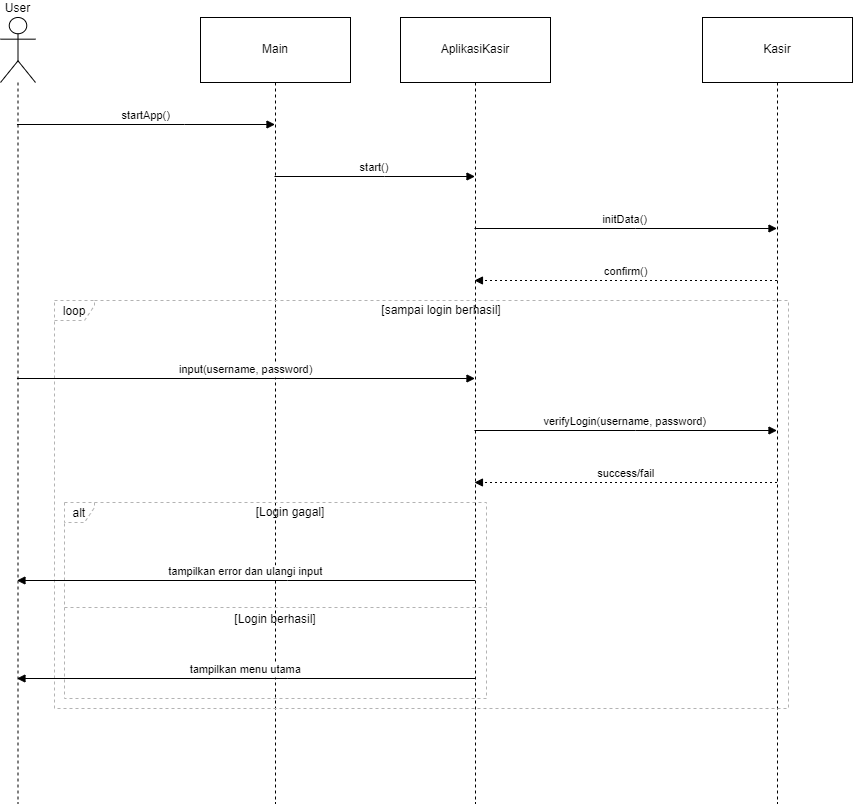
Above: gambar/SequenceDiagramLogin.drawio.png in siskaoktaviani24-alt/2403004_UTS_PBO (draw.io), before the change. Source tidied: cells renumbered, new cells last; positions are measured from the earlier drawing's top-left corner, leaving out a move shared by most shapes.
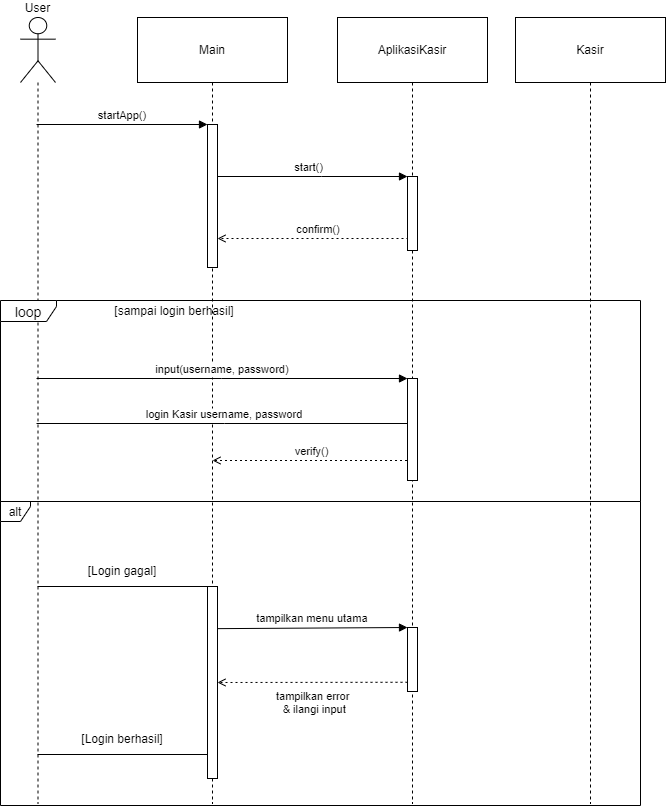
Above is the later version.

What changed in the source:
```diff
@@ -3,7 +3,7 @@
     <mxCell id="0" />
     <mxCell id="1" parent="0" />
     <mxCell id="2" value="User" style="shape=umlLifeline;perimeter=lifelinePerimeter;whiteSpace=wrap;outlineConnect=0;portConstraint=eastwest;newEdgeStyle={&quot;edgeStyle&quot;:&quot;elbowEdgeStyle&quot;,&quot;elbow&quot;:&quot;vertical&quot;,&quot;curved&quot;:0,&quot;rounded&quot;:0};participant=umlActor;verticalAlign=bottom;labelPosition=center;verticalLabelPosition=top;align=center;size=65;" parent="1" vertex="1">
-      <mxGeometry width="35" height="786" as="geometry" />
+      <mxGeometry x="83" width="35" height="786" as="geometry" />
     </mxCell>
     <mxCell id="3" value="Main" style="shape=umlLifeline;perimeter=lifelinePerimeter;whiteSpace=wrap;outlineConnect=0;portConstraint=eastwest;newEdgeStyle={&quot;edgeStyle&quot;:&quot;elbowEdgeStyle&quot;,&quot;elbow&quot;:&quot;vertical&quot;,&quot;curved&quot;:0,&quot;rounded&quot;:0};size=65;" parent="1" vertex="1">
       <mxGeometry x="200" width="150" height="786" as="geometry" />
@@ -12,85 +12,105 @@
       <mxGeometry x="400" width="150" height="786" as="geometry" />
     </mxCell>
     <mxCell id="5" value="Kasir" style="shape=umlLifeline;perimeter=lifelinePerimeter;whiteSpace=wrap;outlineConnect=0;portConstraint=eastwest;newEdgeStyle={&quot;edgeStyle&quot;:&quot;elbowEdgeStyle&quot;,&quot;elbow&quot;:&quot;vertical&quot;,&quot;curved&quot;:0,&quot;rounded&quot;:0};size=65;" parent="1" vertex="1">
-      <mxGeometry x="702" width="150" height="786" as="geometry" />
+      <mxGeometry x="578" width="150" height="786" as="geometry" />
     </mxCell>
-    <mxCell id="6" value="alt" style="shape=umlFrame;dashed=1;strokeColor=#B3B3B3;height=20;width=30;" parent="1" vertex="1">
-      <mxGeometry x="64" y="485" width="422" height="196" as="geometry" />
+    <mxCell id="6" value="alt" style="shape=umlFrame;strokeColor=light-dark(#000000, #535353);height=20;width=30;" parent="1" vertex="1">
+      <mxGeometry x="63" y="484" width="640" height="304" as="geometry" />
     </mxCell>
     <mxCell id="7" value="[Login gagal]" style="text;strokeColor=none;fillColor=none;align=center;verticalAlign=middle;whiteSpace=wrap;" parent="6" vertex="1">
-      <mxGeometry x="30" width="392" height="20" as="geometry" />
+      <mxGeometry x="72" y="54" width="100" height="31" as="geometry" />
     </mxCell>
-    <mxCell id="8" value="[Login berhasil]" style="shape=line;dashed=1;whiteSpace=wrap;verticalAlign=top;labelPosition=center;verticalLabelPosition=middle;align=center;strokeColor=#B3B3B3;" parent="6" vertex="1">
-      <mxGeometry y="103" width="422" height="4" as="geometry" />
+    <mxCell id="8" value="[Login berhasil]" style="text;strokeColor=none;fillColor=none;align=center;verticalAlign=middle;whiteSpace=wrap;" parent="6" vertex="1">
+      <mxGeometry x="72" y="222" width="100" height="31" as="geometry" />
     </mxCell>
-    <mxCell id="9" value="loop" style="shape=umlFrame;dashed=1;strokeColor=#B3B3B3;height=20;width=40;" parent="1" vertex="1">
-      <mxGeometry x="54" y="283" width="734" height="408" as="geometry" />
+    <mxCell id="9" value="loop" style="shape=umlFrame;strokeColor=light-dark(#000000, #535353);height=21;width=56;fontSize=14;" parent="1" vertex="1">
+      <mxGeometry x="63" y="283" width="640" height="201" as="geometry" />
     </mxCell>
     <mxCell id="10" value="[sampai login berhasil]" style="text;strokeColor=none;fillColor=none;align=center;verticalAlign=middle;whiteSpace=wrap;" parent="9" vertex="1">
-      <mxGeometry x="40" width="694" height="20" as="geometry" />
+      <mxGeometry x="106" y="6" width="135.5" height="9.8" as="geometry" />
     </mxCell>
-    <mxCell id="11" value="startApp()" style="verticalAlign=bottom;edgeStyle=elbowEdgeStyle;elbow=vertical;curved=0;rounded=0;endArrow=block;" parent="1" edge="1" source="2" target="3">
+    <mxCell id="11" value="startApp()" style="verticalAlign=bottom;edgeStyle=elbowEdgeStyle;elbow=vertical;curved=0;rounded=0;endArrow=block;entryX=0;entryY=1;entryDx=0;entryDy=0;" parent="1" edge="1" source="2" target="20">
       <mxGeometry relative="1" as="geometry">
         <Array as="points">
           <mxPoint x="184" y="107" />
         </Array>
       </mxGeometry>
     </mxCell>
-    <mxCell id="12" value="start()" style="verticalAlign=bottom;edgeStyle=elbowEdgeStyle;elbow=vertical;curved=0;rounded=0;endArrow=block;" parent="1" edge="1" source="3" target="4">
+    <mxCell id="12" value="start()" style="verticalAlign=bottom;edgeStyle=elbowEdgeStyle;elbow=vertical;curved=0;rounded=0;endArrow=block;entryX=0;entryY=1;entryDx=0;entryDy=0;" parent="1" edge="1" source="3" target="21">
       <mxGeometry relative="1" as="geometry">
         <Array as="points">
           <mxPoint x="384" y="159" />
         </Array>
       </mxGeometry>
     </mxCell>
-    <mxCell id="13" value="initData()" style="verticalAlign=bottom;edgeStyle=elbowEdgeStyle;elbow=vertical;curved=0;rounded=0;endArrow=block;" parent="1" edge="1" source="4" target="5">
-      <mxGeometry relative="1" as="geometry">
-        <Array as="points">
-          <mxPoint x="635" y="211" />
-        </Array>
-      </mxGeometry>
-    </mxCell>
-    <mxCell id="14" value="confirm()" style="verticalAlign=bottom;edgeStyle=elbowEdgeStyle;elbow=vertical;curved=0;rounded=0;dashed=1;dashPattern=2 3;endArrow=block;" parent="1" edge="1" source="5" target="4">
+    <mxCell id="14" value="confirm()" style="verticalAlign=bottom;edgeStyle=elbowEdgeStyle;elbow=vertical;curved=0;rounded=0;dashed=1;dashPattern=2 3;endArrow=open;endFill=0;" parent="1" edge="1" target="20">
       <mxGeometry relative="1" as="geometry">
+        <mxPoint x="478" y="224" as="sourcePoint" />
         <Array as="points">
-          <mxPoint x="638" y="263" />
+          <mxPoint x="438.9" y="221" />
         </Array>
       </mxGeometry>
     </mxCell>
-    <mxCell id="15" value="input(username, password)" style="verticalAlign=bottom;edgeStyle=elbowEdgeStyle;elbow=vertical;curved=0;rounded=0;endArrow=block;" parent="1" edge="1" source="2" target="4">
+    <mxCell id="15" value="input(username, password)" style="verticalAlign=bottom;edgeStyle=elbowEdgeStyle;elbow=vertical;curved=0;rounded=0;endArrow=block;entryX=0;entryY=1;entryDx=0;entryDy=0;" parent="1" edge="1" source="2" target="24">
       <mxGeometry relative="1" as="geometry">
         <Array as="points">
           <mxPoint x="284" y="361" />
         </Array>
       </mxGeometry>
     </mxCell>
-    <mxCell id="16" value="verifyLogin(username, password)" style="verticalAlign=bottom;edgeStyle=elbowEdgeStyle;elbow=vertical;curved=0;rounded=0;endArrow=block;" parent="1" edge="1" source="4" target="5">
-      <mxGeometry relative="1" as="geometry">
-        <Array as="points">
-          <mxPoint x="635" y="413" />
-        </Array>
-      </mxGeometry>
-    </mxCell>
-    <mxCell id="17" value="success/fail" style="verticalAlign=bottom;edgeStyle=elbowEdgeStyle;elbow=vertical;curved=0;rounded=0;dashed=1;dashPattern=2 3;endArrow=block;" parent="1" edge="1" source="5" target="4">
-      <mxGeometry relative="1" as="geometry">
-        <Array as="points">
-          <mxPoint x="638" y="465" />
-        </Array>
-      </mxGeometry>
-    </mxCell>
-    <mxCell id="18" value="tampilkan error dan ulangi input" style="verticalAlign=bottom;edgeStyle=elbowEdgeStyle;elbow=vertical;curved=0;rounded=0;endArrow=block;" parent="1" edge="1" source="4" target="2">
-      <mxGeometry relative="1" as="geometry">
-        <Array as="points">
-          <mxPoint x="287" y="563" />
-        </Array>
-      </mxGeometry>
-    </mxCell>
+    <mxCell id="20" style="rounded=0;whiteSpace=wrap;html=1;direction=south;" parent="1" vertex="1">
+      <mxGeometry x="270" y="107" width="10" height="143" as="geometry" />
+    </mxCell>
+    <mxCell id="21" style="rounded=0;whiteSpace=wrap;html=1;direction=south;" parent="1" vertex="1">
+      <mxGeometry x="470" y="159" width="10" height="74" as="geometry" />
+    </mxCell>
+    <mxCell id="22" value="login Kasir username, password" style="verticalAlign=bottom;edgeStyle=elbowEdgeStyle;elbow=horizontal;curved=0;rounded=0;endArrow=none;startFill=0;" parent="1" edge="1" source="2" target="4">
+      <mxGeometry relative="1" as="geometry">
+        <Array as="points">
+          <mxPoint x="287" y="406" />
+        </Array>
+      </mxGeometry>
+    </mxCell>
+    <mxCell id="23" value="verify()" style="verticalAlign=bottom;edgeStyle=elbowEdgeStyle;elbow=vertical;curved=0;rounded=0;dashed=1;dashPattern=2 3;endArrow=open;endFill=0;" parent="1" edge="1" source="4">
+      <mxGeometry relative="1" as="geometry">
+        <mxPoint x="275" y="443" as="targetPoint" />
+        <Array as="points">
+          <mxPoint x="429.9" y="443" />
+        </Array>
+      </mxGeometry>
+    </mxCell>
+    <mxCell id="24" style="rounded=0;whiteSpace=wrap;html=1;direction=south;" parent="1" vertex="1">
+      <mxGeometry x="470" y="361" width="10" height="102" as="geometry" />
+    </mxCell>
+    <mxCell id="25" style="endArrow=none;html=1;rounded=0;exitX=0;exitY=1;exitDx=0;exitDy=0;" parent="1" edge="1" source="27">
+      <mxGeometry relative="1" as="geometry">
+        <mxPoint x="100" y="569" as="targetPoint" />
+      </mxGeometry>
+    </mxCell>
+    <mxCell id="26" style="endArrow=none;html=1;rounded=0;exitX=0.875;exitY=0.998;exitDx=0;exitDy=0;exitPerimeter=0;" parent="1" edge="1" source="27">
+      <mxGeometry relative="1" as="geometry">
+        <mxPoint x="100" y="737" as="targetPoint" />
+      </mxGeometry>
+    </mxCell>
+    <mxCell id="27" style="rounded=0;whiteSpace=wrap;html=1;direction=south;" parent="1" vertex="1">
+      <mxGeometry x="270" y="569" width="10" height="192" as="geometry" />
+    </mxCell>
-    <mxCell id="19" value="tampilkan menu utama" style="verticalAlign=bottom;edgeStyle=elbowEdgeStyle;elbow=vertical;curved=0;rounded=0;endArrow=block;" parent="1" edge="1" source="4" target="2">
+    <mxCell id="19" value="tampilkan menu utama" style="verticalAlign=bottom;edgeStyle=elbowEdgeStyle;elbow=vertical;curved=0;rounded=0;endArrow=block;entryX=0;entryY=1;entryDx=0;entryDy=0;" parent="1" edge="1" target="29">
       <mxGeometry relative="1" as="geometry">
-        <Array as="points">
-          <mxPoint x="287" y="661" />
-        </Array>
+        <mxPoint x="280" y="611.1" as="sourcePoint" />
       </mxGeometry>
     </mxCell>
+    <mxCell id="28" value="tampilkan error &#10;&amp; ilangi input" style="verticalAlign=bottom;edgeStyle=elbowEdgeStyle;elbow=vertical;curved=0;rounded=0;dashed=1;dashPattern=2 3;endArrow=open;endFill=0;exitX=0.856;exitY=1;exitDx=0;exitDy=0;exitPerimeter=0;" parent="1" edge="1" source="29">
+      <mxGeometry x="-0.01" y="36" relative="1" as="geometry">
+        <mxPoint x="280" y="664.6" as="targetPoint" />
+        <Array as="points">
+          <mxPoint x="478" y="665" />
+        </Array>
+        <mxPoint x="1" as="offset" />
+      </mxGeometry>
+    </mxCell>
+    <mxCell id="29" style="rounded=0;whiteSpace=wrap;html=1;direction=south;" parent="1" vertex="1">
+      <mxGeometry x="470" y="610" width="10" height="64" as="geometry" />
+    </mxCell>
   </root>
 </mxGraphModel>
```
